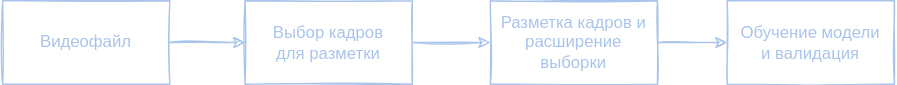
ant-nik/neural_network_course keeps this draw.io diagram as practice_2_data/svg/schema1.svg. Above is the earlier version. Source tidied: cells renumbered, new cells last; positions are measured from the earlier drawing's top-left corner, leaving out a move shared by most shapes.
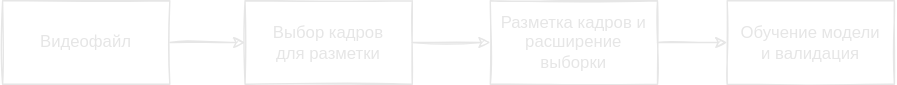
Later version of the same file.

Commit message:
fixes labels for practice 2

Diff of the diagram source:
```diff
@@ -2,25 +2,25 @@
   <root>
     <mxCell id="0" />
     <mxCell id="1" parent="0" />
-    <mxCell id="2" style="edgeStyle=orthogonalEdgeStyle;rounded=0;jettySize=auto;html=1;sketch=1;strokeColor=#A9C4EB;fontColor=#A9C4EB;" parent="1" edge="1" source="3" target="5">
+    <mxCell id="2" style="edgeStyle=orthogonalEdgeStyle;rounded=0;jettySize=auto;html=1;sketch=1;strokeColor=#E6E6E6;fontColor=#E6E6E6;" parent="1" edge="1" source="3" target="5">
       <mxGeometry relative="1" as="geometry" />
     </mxCell>
-    <mxCell id="3" value="Видеофайл" style="rounded=0;whiteSpace=wrap;html=1;sketch=1;fillColor=none;strokeColor=#A9C4EB;fontColor=#A9C4EB;" parent="1" vertex="1">
+    <mxCell id="3" value="Видеофайл" style="rounded=0;whiteSpace=wrap;html=1;sketch=1;fillColor=none;strokeColor=#E6E6E6;fontColor=#E6E6E6;" parent="1" vertex="1">
       <mxGeometry width="120" height="60" as="geometry" />
     </mxCell>
-    <mxCell id="4" style="edgeStyle=orthogonalEdgeStyle;rounded=0;sketch=1;jettySize=auto;html=1;strokeColor=#A9C4EB;fontColor=#A9C4EB;" parent="1" edge="1" source="5" target="7">
+    <mxCell id="4" style="edgeStyle=orthogonalEdgeStyle;rounded=0;sketch=1;jettySize=auto;html=1;strokeColor=#E6E6E6;fontColor=#E6E6E6;" parent="1" edge="1" source="5" target="7">
       <mxGeometry relative="1" as="geometry" />
     </mxCell>
-    <mxCell id="5" value="Выбор&amp;nbsp;кадров &lt;br&gt;для разметки" style="rounded=0;whiteSpace=wrap;html=1;sketch=1;fillColor=none;strokeColor=#A9C4EB;fontColor=#A9C4EB;" parent="1" vertex="1">
+    <mxCell id="5" value="Выбор&amp;nbsp;кадров &lt;br&gt;для разметки" style="rounded=0;whiteSpace=wrap;html=1;sketch=1;fillColor=none;strokeColor=#E6E6E6;fontColor=#E6E6E6;" parent="1" vertex="1">
       <mxGeometry x="174" width="120" height="60" as="geometry" />
     </mxCell>
-    <mxCell id="6" style="edgeStyle=orthogonalEdgeStyle;rounded=0;sketch=1;jettySize=auto;html=1;strokeColor=#A9C4EB;fontColor=#A9C4EB;" parent="1" edge="1" source="7" target="8">
+    <mxCell id="6" style="edgeStyle=orthogonalEdgeStyle;rounded=0;sketch=1;jettySize=auto;html=1;strokeColor=#E6E6E6;fontColor=#E6E6E6;" parent="1" edge="1" source="7" target="8">
       <mxGeometry relative="1" as="geometry" />
     </mxCell>
-    <mxCell id="7" value="Разметка кадров и расширение выборки" style="rounded=0;whiteSpace=wrap;html=1;sketch=1;fillColor=none;strokeColor=#A9C4EB;fontColor=#A9C4EB;" parent="1" vertex="1">
+    <mxCell id="7" value="Разметка кадров и расширение выборки" style="rounded=0;whiteSpace=wrap;html=1;sketch=1;fillColor=none;strokeColor=#E6E6E6;fontColor=#E6E6E6;" parent="1" vertex="1">
       <mxGeometry x="350" width="120" height="60" as="geometry" />
     </mxCell>
-    <mxCell id="8" value="Обучение модели&lt;br&gt;и валидация" style="rounded=0;whiteSpace=wrap;html=1;sketch=1;fillColor=none;strokeColor=#A9C4EB;fontColor=#A9C4EB;" parent="1" vertex="1">
+    <mxCell id="8" value="Обучение модели&lt;br&gt;и валидация" style="rounded=0;whiteSpace=wrap;html=1;sketch=1;fillColor=none;strokeColor=#E6E6E6;fontColor=#E6E6E6;" parent="1" vertex="1">
       <mxGeometry x="520" width="120" height="60" as="geometry" />
     </mxCell>
   </root>
```
